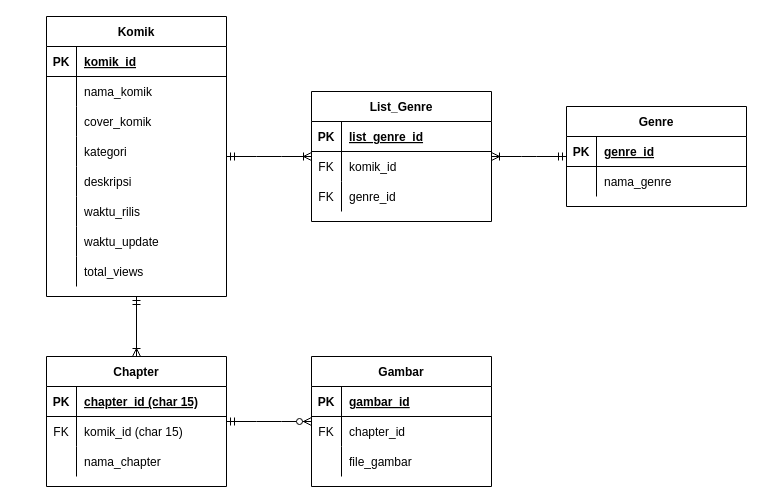
Above: page "Database" (2 of 2) of etc/flow web.drawio in Aryanda04/web_komik (draw.io), before the change. Source tidied: cells renumbered, new cells numbered last; positions are measured from the earlier drawing's top-left corner, leaving out a move shared by most shapes. Both pictures are drawn from the tidied source at 100%, with x=0, y=0 at pixel (46, 16).
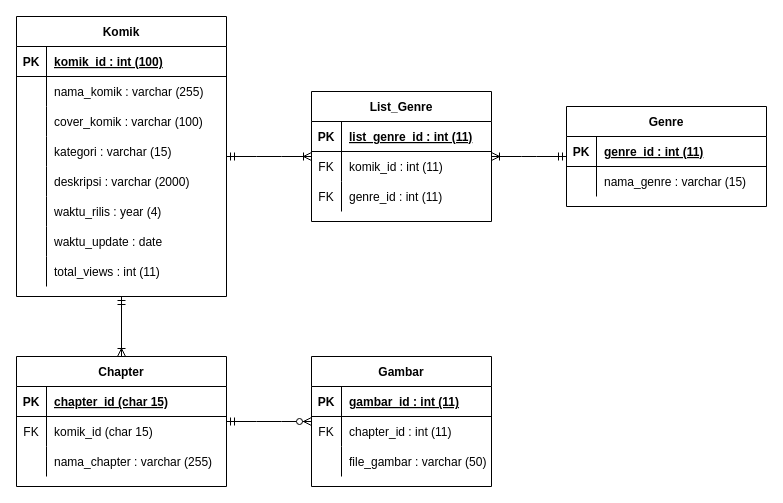
The same page after the edit.

Commit message:
Update flow web & db

The change refers to these unchanged cells:
```xml
<mxCell id="35" style="shape=partialRectangle;fillColor=none;top=0;left=0;bottom=1;right=0;" parent="34" vertex="1">
  <mxGeometry y="30" width="180" height="30" as="geometry" />
</mxCell>
<mxCell id="38" style="shape=partialRectangle;fillColor=none;top=0;left=0;bottom=0;right=0;" parent="34" vertex="1">
  <mxGeometry y="60" width="180" height="30" as="geometry" />
</mxCell>
<mxCell id="41" style="shape=partialRectangle;fillColor=none;top=0;left=0;bottom=0;right=0;" parent="34" vertex="1">
  <mxGeometry y="90" width="180" height="30" as="geometry" />
</mxCell>
<mxCell id="58" style="shape=partialRectangle;fillColor=none;top=0;left=0;bottom=1;right=0;" parent="57" vertex="1">
  <mxGeometry y="30" width="180" height="30" as="geometry" />
</mxCell>
<mxCell id="61" style="shape=partialRectangle;fillColor=none;top=0;left=0;bottom=0;right=0;" parent="57" vertex="1">
  <mxGeometry y="60" width="180" height="30" as="geometry" />
</mxCell>
<mxCell id="64" style="shape=partialRectangle;fillColor=none;top=0;left=0;bottom=0;right=0;" parent="57" vertex="1">
  <mxGeometry y="90" width="180" height="30" as="geometry" />
</mxCell>
```

Change to the diagram source:
```diff
@@
     <mxCell id="2" value="Komik" style="shape=table;startSize=30;childLayout=tableLayout;rowLines=0;fontStyle=1;align=center;" parent="1" vertex="1">
-      <mxGeometry width="180" height="280" as="geometry" />
+      <mxGeometry x="-30" width="210" height="280" as="geometry" />
     </mxCell>
     <mxCell id="3" style="shape=partialRectangle;fillColor=none;top=0;left=0;bottom=1;right=0;" parent="2" vertex="1">
-      <mxGeometry y="30" width="180" height="30" as="geometry" />
+      <mxGeometry y="30" width="210" height="30" as="geometry" />
     </mxCell>
@@
-    <mxCell id="5" value="komik_id " style="shape=partialRectangle;fillColor=none;top=0;left=0;bottom=0;right=0;align=left;spacingLeft=6;fontStyle=5;overflow=hidden;" parent="3" vertex="1">
-      <mxGeometry x="30" width="150" height="30" as="geometry" />
+    <mxCell id="5" value="komik_id : int (100)" style="shape=partialRectangle;fillColor=none;top=0;left=0;bottom=0;right=0;align=left;spacingLeft=6;fontStyle=5;overflow=hidden;" parent="3" vertex="1">
+      <mxGeometry x="30" width="180" height="30" as="geometry" />
     </mxCell>
     <mxCell id="6" style="shape=partialRectangle;fillColor=none;top=0;left=0;bottom=0;right=0;" parent="2" vertex="1">
-      <mxGeometry y="60" width="180" height="30" as="geometry" />
+      <mxGeometry y="60" width="210" height="30" as="geometry" />
     </mxCell>
@@
-    <mxCell id="8" value="nama_komik" style="shape=partialRectangle;fillColor=none;top=0;left=0;bottom=0;right=0;align=left;spacingLeft=6;overflow=hidden;" parent="6" vertex="1">
-      <mxGeometry x="30" width="150" height="30" as="geometry" />
+    <mxCell id="8" value="nama_komik : varchar (255)" style="shape=partialRectangle;fillColor=none;top=0;left=0;bottom=0;right=0;align=left;spacingLeft=6;overflow=hidden;" parent="6" vertex="1">
+      <mxGeometry x="30" width="180" height="30" as="geometry" />
     </mxCell>
     <mxCell id="9" style="shape=partialRectangle;fillColor=none;top=0;left=0;bottom=0;right=0;" parent="2" vertex="1">
-      <mxGeometry y="90" width="180" height="30" as="geometry" />
+      <mxGeometry y="90" width="210" height="30" as="geometry" />
     </mxCell>
@@
-    <mxCell id="11" value="cover_komik" style="shape=partialRectangle;fillColor=none;top=0;left=0;bottom=0;right=0;align=left;spacingLeft=6;overflow=hidden;" parent="9" vertex="1">
-      <mxGeometry x="30" width="150" height="30" as="geometry" />
+    <mxCell id="11" value="cover_komik : varchar (100)" style="shape=partialRectangle;fillColor=none;top=0;left=0;bottom=0;right=0;align=left;spacingLeft=6;overflow=hidden;" parent="9" vertex="1">
+      <mxGeometry x="30" width="180" height="30" as="geometry" />
     </mxCell>
     <mxCell id="12" style="shape=partialRectangle;fillColor=none;top=0;left=0;bottom=0;right=0;" parent="2" vertex="1">
-      <mxGeometry y="120" width="180" height="30" as="geometry" />
+      <mxGeometry y="120" width="210" height="30" as="geometry" />
     </mxCell>
@@
-    <mxCell id="14" value="kategori" style="shape=partialRectangle;fillColor=none;top=0;left=0;bottom=0;right=0;align=left;spacingLeft=6;overflow=hidden;" parent="12" vertex="1">
-      <mxGeometry x="30" width="150" height="30" as="geometry" />
+    <mxCell id="14" value="kategori : varchar (15)" style="shape=partialRectangle;fillColor=none;top=0;left=0;bottom=0;right=0;align=left;spacingLeft=6;overflow=hidden;" parent="12" vertex="1">
+      <mxGeometry x="30" width="180" height="30" as="geometry" />
     </mxCell>
     <mxCell id="15" style="shape=partialRectangle;fillColor=none;top=0;left=0;bottom=0;right=0;" parent="2" vertex="1">
-      <mxGeometry y="150" width="180" height="30" as="geometry" />
+      <mxGeometry y="150" width="210" height="30" as="geometry" />
     </mxCell>
@@
-    <mxCell id="17" value="deskripsi" style="shape=partialRectangle;fillColor=none;top=0;left=0;bottom=0;right=0;align=left;spacingLeft=6;overflow=hidden;" parent="15" vertex="1">
-      <mxGeometry x="30" width="150" height="30" as="geometry" />
+    <mxCell id="17" value="deskripsi : varchar (2000)" style="shape=partialRectangle;fillColor=none;top=0;left=0;bottom=0;right=0;align=left;spacingLeft=6;overflow=hidden;" parent="15" vertex="1">
+      <mxGeometry x="30" width="180" height="30" as="geometry" />
     </mxCell>
     <mxCell id="18" style="shape=partialRectangle;fillColor=none;top=0;left=0;bottom=0;right=0;" parent="2" vertex="1">
-      <mxGeometry y="180" width="180" height="30" as="geometry" />
+      <mxGeometry y="180" width="210" height="30" as="geometry" />
     </mxCell>
@@
-    <mxCell id="20" value="waktu_rilis" style="shape=partialRectangle;fillColor=none;top=0;left=0;bottom=0;right=0;align=left;spacingLeft=6;overflow=hidden;" parent="18" vertex="1">
-      <mxGeometry x="30" width="150" height="30" as="geometry" />
+    <mxCell id="20" value="waktu_rilis : year (4)" style="shape=partialRectangle;fillColor=none;top=0;left=0;bottom=0;right=0;align=left;spacingLeft=6;overflow=hidden;" parent="18" vertex="1">
+      <mxGeometry x="30" width="180" height="30" as="geometry" />
     </mxCell>
     <mxCell id="21" style="shape=partialRectangle;fillColor=none;top=0;left=0;bottom=0;right=0;" parent="2" vertex="1">
-      <mxGeometry y="210" width="180" height="30" as="geometry" />
+      <mxGeometry y="210" width="210" height="30" as="geometry" />
     </mxCell>
@@
-    <mxCell id="23" value="waktu_update" style="shape=partialRectangle;fillColor=none;top=0;left=0;bottom=0;right=0;align=left;spacingLeft=6;overflow=hidden;" parent="21" vertex="1">
-      <mxGeometry x="30" width="150" height="30" as="geometry" />
+    <mxCell id="23" value="waktu_update : date" style="shape=partialRectangle;fillColor=none;top=0;left=0;bottom=0;right=0;align=left;spacingLeft=6;overflow=hidden;" parent="21" vertex="1">
+      <mxGeometry x="30" width="180" height="30" as="geometry" />
     </mxCell>
     <mxCell id="24" style="shape=partialRectangle;fillColor=none;top=0;left=0;bottom=0;right=0;" parent="2" vertex="1">
-      <mxGeometry y="240" width="180" height="30" as="geometry" />
+      <mxGeometry y="240" width="210" height="30" as="geometry" />
     </mxCell>
@@
-    <mxCell id="26" value="total_views" style="shape=partialRectangle;fillColor=none;top=0;left=0;bottom=0;right=0;align=left;spacingLeft=6;overflow=hidden;" parent="24" vertex="1">
-      <mxGeometry x="30" width="150" height="30" as="geometry" />
+    <mxCell id="26" value="total_views : int (11)" style="shape=partialRectangle;fillColor=none;top=0;left=0;bottom=0;right=0;align=left;spacingLeft=6;overflow=hidden;" parent="24" vertex="1">
+      <mxGeometry x="30" width="180" height="30" as="geometry" />
     </mxCell>
     <mxCell id="27" value="Genre" style="shape=table;startSize=30;childLayout=tableLayout;rowLines=0;fontStyle=1;align=center;" parent="1" vertex="1">
-      <mxGeometry x="520" y="90" width="180" height="100" as="geometry" />
+      <mxGeometry x="520" y="90" width="200" height="100" as="geometry" />
     </mxCell>
     <mxCell id="28" style="shape=partialRectangle;fillColor=none;top=0;left=0;bottom=1;right=0;" parent="27" vertex="1">
-      <mxGeometry y="30" width="180" height="30" as="geometry" />
+      <mxGeometry y="30" width="200" height="30" as="geometry" />
     </mxCell>
@@
-    <mxCell id="30" value="genre_id" style="shape=partialRectangle;fillColor=none;top=0;left=0;bottom=0;right=0;align=left;spacingLeft=6;fontStyle=5;overflow=hidden;" parent="28" vertex="1">
-      <mxGeometry x="30" width="150" height="30" as="geometry" />
+    <mxCell id="30" value="genre_id : int (11)" style="shape=partialRectangle;fillColor=none;top=0;left=0;bottom=0;right=0;align=left;spacingLeft=6;fontStyle=5;overflow=hidden;" parent="28" vertex="1">
+      <mxGeometry x="30" width="170" height="30" as="geometry" />
     </mxCell>
     <mxCell id="31" style="shape=partialRectangle;fillColor=none;top=0;left=0;bottom=0;right=0;" parent="27" vertex="1">
-      <mxGeometry y="60" width="180" height="30" as="geometry" />
+      <mxGeometry y="60" width="200" height="30" as="geometry" />
     </mxCell>
@@
-    <mxCell id="33" value="nama_genre" style="shape=partialRectangle;fillColor=none;top=0;left=0;bottom=0;right=0;align=left;spacingLeft=6;overflow=hidden;" parent="31" vertex="1">
-      <mxGeometry x="30" width="150" height="30" as="geometry" />
+    <mxCell id="33" value="nama_genre : varchar (15)" style="shape=partialRectangle;fillColor=none;top=0;left=0;bottom=0;right=0;align=left;spacingLeft=6;overflow=hidden;" parent="31" vertex="1">
+      <mxGeometry x="30" width="170" height="30" as="geometry" />
     </mxCell>
@@
-    <mxCell id="37" value="list_genre_id" style="shape=partialRectangle;fillColor=none;top=0;left=0;bottom=0;right=0;align=left;spacingLeft=6;fontStyle=5;overflow=hidden;" parent="35" vertex="1">
+    <mxCell id="37" value="list_genre_id : int (11)" style="shape=partialRectangle;fillColor=none;top=0;left=0;bottom=0;right=0;align=left;spacingLeft=6;fontStyle=5;overflow=hidden;" parent="35" vertex="1">
       <mxGeometry x="30" width="150" height="30" as="geometry" />
     </mxCell>
@@
-    <mxCell id="40" value="komik_id" style="shape=partialRectangle;fillColor=none;top=0;left=0;bottom=0;right=0;align=left;spacingLeft=6;overflow=hidden;" parent="38" vertex="1">
+    <mxCell id="40" value="komik_id : int (11)" style="shape=partialRectangle;fillColor=none;top=0;left=0;bottom=0;right=0;align=left;spacingLeft=6;overflow=hidden;" parent="38" vertex="1">
       <mxGeometry x="30" width="150" height="30" as="geometry" />
     </mxCell>
@@
-    <mxCell id="43" value="genre_id" style="shape=partialRectangle;fillColor=none;top=0;left=0;bottom=0;right=0;align=left;spacingLeft=6;overflow=hidden;" parent="41" vertex="1">
+    <mxCell id="43" value="genre_id : int (11)" style="shape=partialRectangle;fillColor=none;top=0;left=0;bottom=0;right=0;align=left;spacingLeft=6;overflow=hidden;" parent="41" vertex="1">
       <mxGeometry x="30" width="150" height="30" as="geometry" />
     </mxCell>
@@
     <mxCell id="46" value="Chapter" style="shape=table;startSize=30;childLayout=tableLayout;rowLines=0;fontStyle=1;align=center;" parent="1" vertex="1">
-      <mxGeometry y="340" width="180" height="130" as="geometry" />
+      <mxGeometry x="-30" y="340" width="210" height="130" as="geometry" />
     </mxCell>
     <mxCell id="47" style="shape=partialRectangle;fillColor=none;top=0;left=0;bottom=1;right=0;" parent="46" vertex="1">
-      <mxGeometry y="30" width="180" height="30" as="geometry" />
+      <mxGeometry y="30" width="210" height="30" as="geometry" />
     </mxCell>
@@
     <mxCell id="49" value="chapter_id (char 15)" style="shape=partialRectangle;fillColor=none;top=0;left=0;bottom=0;right=0;align=left;spacingLeft=6;fontStyle=5;overflow=hidden;" parent="47" vertex="1">
-      <mxGeometry x="30" width="150" height="30" as="geometry" />
+      <mxGeometry x="30" width="180" height="30" as="geometry" />
     </mxCell>
     <mxCell id="50" style="shape=partialRectangle;fillColor=none;top=0;left=0;bottom=0;right=0;" parent="46" vertex="1">
-      <mxGeometry y="60" width="180" height="30" as="geometry" />
+      <mxGeometry y="60" width="210" height="30" as="geometry" />
     </mxCell>
@@
     <mxCell id="52" value="komik_id (char 15)" style="shape=partialRectangle;fillColor=none;top=0;left=0;bottom=0;right=0;align=left;spacingLeft=6;overflow=hidden;" parent="50" vertex="1">
-      <mxGeometry x="30" width="150" height="30" as="geometry" />
+      <mxGeometry x="30" width="180" height="30" as="geometry" />
     </mxCell>
     <mxCell id="53" style="shape=partialRectangle;fillColor=none;top=0;left=0;bottom=0;right=0;" parent="46" vertex="1">
-      <mxGeometry y="90" width="180" height="30" as="geometry" />
+      <mxGeometry y="90" width="210" height="30" as="geometry" />
     </mxCell>
@@
-    <mxCell id="55" value="nama_chapter" style="shape=partialRectangle;fillColor=none;top=0;left=0;bottom=0;right=0;align=left;spacingLeft=6;overflow=hidden;" parent="53" vertex="1">
-      <mxGeometry x="30" width="150" height="30" as="geometry" />
+    <mxCell id="55" value="nama_chapter : varchar (255)" style="shape=partialRectangle;fillColor=none;top=0;left=0;bottom=0;right=0;align=left;spacingLeft=6;overflow=hidden;" parent="53" vertex="1">
+      <mxGeometry x="30" width="180" height="30" as="geometry" />
     </mxCell>
@@
-    <mxCell id="60" value="gambar_id" style="shape=partialRectangle;fillColor=none;top=0;left=0;bottom=0;right=0;align=left;spacingLeft=6;fontStyle=5;overflow=hidden;" parent="58" vertex="1">
+    <mxCell id="60" value="gambar_id : int (11)" style="shape=partialRectangle;fillColor=none;top=0;left=0;bottom=0;right=0;align=left;spacingLeft=6;fontStyle=5;overflow=hidden;" parent="58" vertex="1">
       <mxGeometry x="30" width="150" height="30" as="geometry" />
     </mxCell>
@@
-    <mxCell id="63" value="chapter_id" style="shape=partialRectangle;fillColor=none;top=0;left=0;bottom=0;right=0;align=left;spacingLeft=6;overflow=hidden;" parent="61" vertex="1">
+    <mxCell id="63" value="chapter_id : int (11)" style="shape=partialRectangle;fillColor=none;top=0;left=0;bottom=0;right=0;align=left;spacingLeft=6;overflow=hidden;" parent="61" vertex="1">
       <mxGeometry x="30" width="150" height="30" as="geometry" />
     </mxCell>
@@
-    <mxCell id="66" value="file_gambar" style="shape=partialRectangle;fillColor=none;top=0;left=0;bottom=0;right=0;align=left;spacingLeft=6;overflow=hidden;" parent="64" vertex="1">
+    <mxCell id="66" value="file_gambar : varchar (50)" style="shape=partialRectangle;fillColor=none;top=0;left=0;bottom=0;right=0;align=left;spacingLeft=6;overflow=hidden;" parent="64" vertex="1">
       <mxGeometry x="30" width="150" height="30" as="geometry" />
     </mxCell>
```
